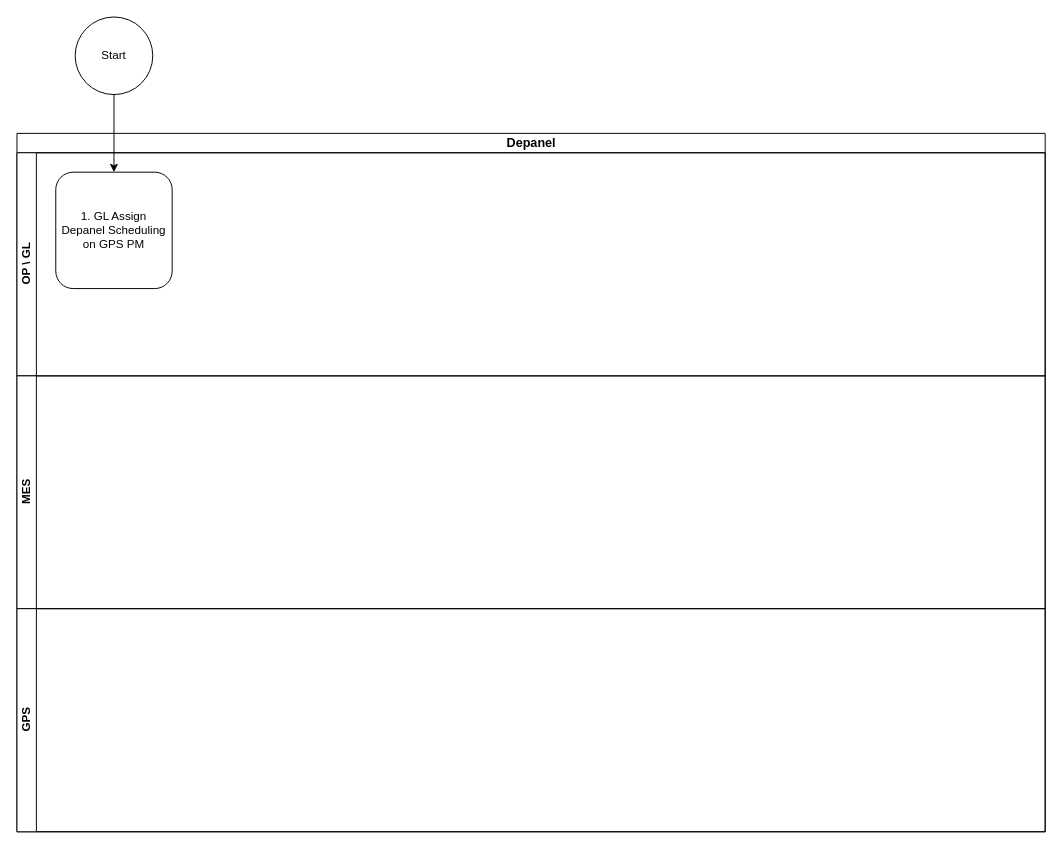
This is MES Flow/Depanel.drawio from vinceliao99/MyDiagrams, a draw.io file, before an edit. Source tidied: cells renumbered, new cells numbered last; positions are measured from the earlier drawing's top-left corner, leaving out a move shared by most shapes. Both pictures are drawn from the tidied source at 97%, with x=0, y=0 at pixel (16, 16).
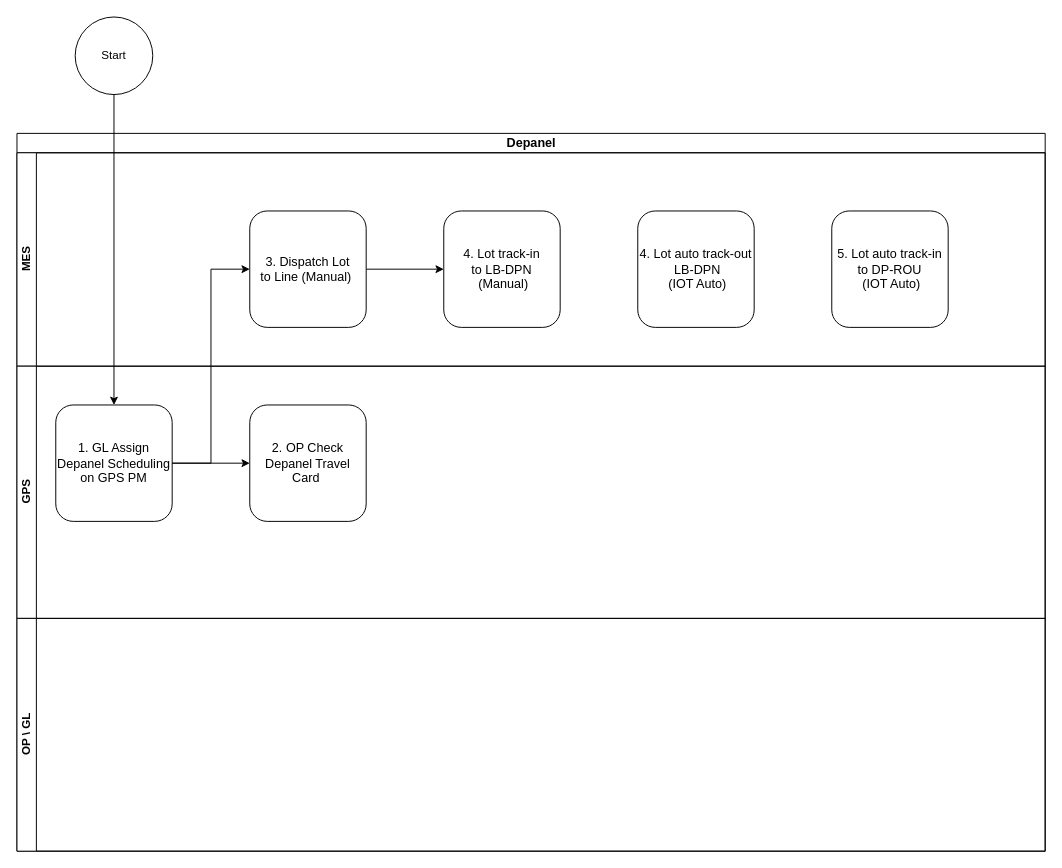
After the change.

Change to the diagram source:
```diff
@@
 <mxGraphModel>
   <root>
     <mxCell id="0" />
     <mxCell id="1" parent="0" />
     <mxCell id="2" value="&lt;font style=&quot;font-size: 13px;&quot;&gt;Depanel&lt;/font&gt;" style="swimlane;horizontal=1;startSize=20;html=1;" parent="1" vertex="1">
-      <mxGeometry y="120" width="1060" height="720" as="geometry" />
+      <mxGeometry y="120" width="1060" height="740" as="geometry" />
     </mxCell>
-    <mxCell id="3" value="OP \ GL" style="swimlane;startSize=20;horizontal=0;html=1;" parent="2" vertex="1">
-      <mxGeometry y="20" width="1060" height="230" as="geometry" />
+    <mxCell id="3" value="MES" style="swimlane;startSize=20;horizontal=0;html=1;" parent="2" vertex="1">
+      <mxGeometry y="20" width="1060" height="220" as="geometry" />
     </mxCell>
+    <mxCell id="9" style="edgeStyle=orthogonalEdgeStyle;rounded=0;jettySize=auto;html=1;exitX=1;exitY=0.5;exitDx=0;exitDy=0;entryX=0;entryY=0.5;entryDx=0;entryDy=0;" parent="3" edge="1" source="10" target="11">
+      <mxGeometry relative="1" as="geometry" />
+    </mxCell>
+    <mxCell id="10" value="&lt;font style=&quot;font-size: 13px;&quot;&gt;3. Dispatch Lot&lt;br&gt;to Line (Manual)&amp;nbsp;&lt;/font&gt;" style="rounded=1;whiteSpace=wrap;html=1;" parent="3" vertex="1">
+      <mxGeometry x="240" y="60" width="120" height="120" as="geometry" />
+    </mxCell>
+    <mxCell id="11" value="&lt;font style=&quot;font-size: 13px;&quot;&gt;4. Lot track-in &lt;br&gt;to LB-DPN&lt;br&gt;&amp;nbsp;(Manual)&lt;/font&gt;" style="rounded=1;whiteSpace=wrap;html=1;" parent="3" vertex="1">
+      <mxGeometry x="440" y="60" width="120" height="120" as="geometry" />
+    </mxCell>
+    <mxCell id="12" value="&lt;font style=&quot;font-size: 13px;&quot;&gt;4. Lot auto track-out&lt;br&gt;&amp;nbsp;LB-DPN&lt;br&gt;&amp;nbsp;(IOT Auto)&lt;/font&gt;" style="rounded=1;whiteSpace=wrap;html=1;" parent="3" vertex="1">
+      <mxGeometry x="640" y="60" width="120" height="120" as="geometry" />
+    </mxCell>
+    <mxCell id="13" value="&lt;font style=&quot;font-size: 13px;&quot;&gt;5. Lot auto track-in&lt;br&gt;to DP-ROU&lt;br&gt;&amp;nbsp;(IOT Auto)&lt;/font&gt;" style="rounded=1;whiteSpace=wrap;html=1;" parent="3" vertex="1">
+      <mxGeometry x="840" y="60" width="120" height="120" as="geometry" />
+    </mxCell>
+    <mxCell id="5" value="GPS" style="swimlane;startSize=20;horizontal=0;html=1;" parent="2" vertex="1">
+      <mxGeometry y="240" width="1060" height="260" as="geometry" />
+    </mxCell>
+    <mxCell id="14" value="&lt;font style=&quot;font-size: 13px;&quot;&gt;2. OP Check Depanel Travel&lt;br&gt;Card&amp;nbsp;&lt;/font&gt;" style="rounded=1;whiteSpace=wrap;html=1;" parent="5" vertex="1">
+      <mxGeometry x="240" y="40" width="120" height="120" as="geometry" />
+    </mxCell>
+    <mxCell id="15" style="edgeStyle=orthogonalEdgeStyle;rounded=0;jettySize=auto;html=1;exitX=1;exitY=0.5;exitDx=0;exitDy=0;entryX=0;entryY=0.5;entryDx=0;entryDy=0;" parent="5" edge="1" source="4" target="14">
+      <mxGeometry relative="1" as="geometry" />
+    </mxCell>
-    <mxCell id="4" value="1. GL Assign &lt;br&gt;Depanel Scheduling&lt;br&gt;&amp;nbsp;on GPS PM&amp;nbsp;" style="rounded=1;whiteSpace=wrap;html=1;" parent="3" vertex="1">
-      <mxGeometry x="40" y="20" width="120" height="120" as="geometry" />
+    <mxCell id="4" value="&lt;font style=&quot;font-size: 13px;&quot;&gt;1. GL Assign &lt;br&gt;Depanel Scheduling&lt;br&gt;&amp;nbsp;on GPS PM&amp;nbsp;&lt;/font&gt;" style="rounded=1;whiteSpace=wrap;html=1;" parent="5" vertex="1">
+      <mxGeometry x="40" y="40" width="120" height="120" as="geometry" />
     </mxCell>
-    <mxCell id="5" value="MES" style="swimlane;startSize=20;horizontal=0;html=1;" parent="2" vertex="1">
-      <mxGeometry y="250" width="1060" height="240" as="geometry" />
-    </mxCell>
-    <mxCell id="6" value="GPS" style="swimlane;startSize=20;horizontal=0;html=1;" parent="2" vertex="1">
-      <mxGeometry y="490" width="1060" height="230" as="geometry" />
+    <mxCell id="6" value="OP \ GL" style="swimlane;startSize=20;horizontal=0;html=1;" parent="2" vertex="1">
+      <mxGeometry y="500" width="1060" height="240" as="geometry" />
     </mxCell>
+    <mxCell id="16" style="edgeStyle=orthogonalEdgeStyle;rounded=0;jettySize=auto;html=1;exitX=1;exitY=0.5;exitDx=0;exitDy=0;entryX=0;entryY=0.5;entryDx=0;entryDy=0;" parent="2" edge="1" source="4" target="10">
+      <mxGeometry relative="1" as="geometry" />
+    </mxCell>
     <mxCell id="7" style="edgeStyle=orthogonalEdgeStyle;rounded=0;jettySize=auto;html=1;exitX=0.5;exitY=1;exitDx=0;exitDy=0;entryX=0.5;entryY=0;entryDx=0;entryDy=0;" parent="1" edge="1" source="8" target="4">
       <mxGeometry relative="1" as="geometry" />
     </mxCell>
     <mxCell id="8" value="Start" style="ellipse;whiteSpace=wrap;html=1;" parent="1" vertex="1">
       <mxGeometry x="60" width="80" height="80" as="geometry" />
     </mxCell>
   </root>
 </mxGraphModel>
```
